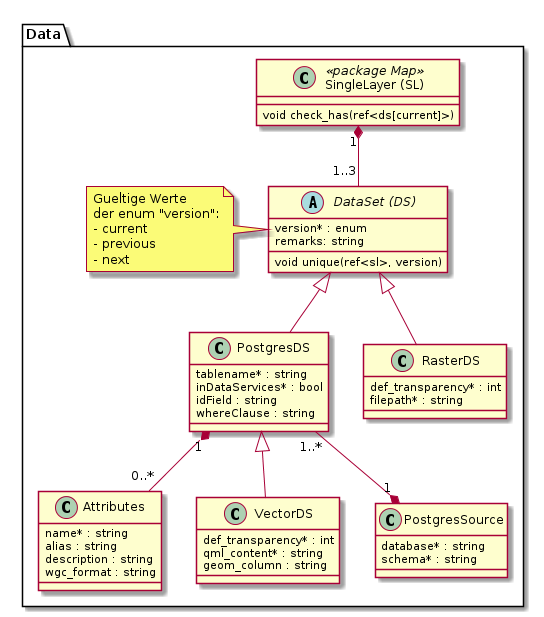
simi-so/mm keeps this PlantUML diagram as puml_output/simi_data.png. Above is the earlier version.
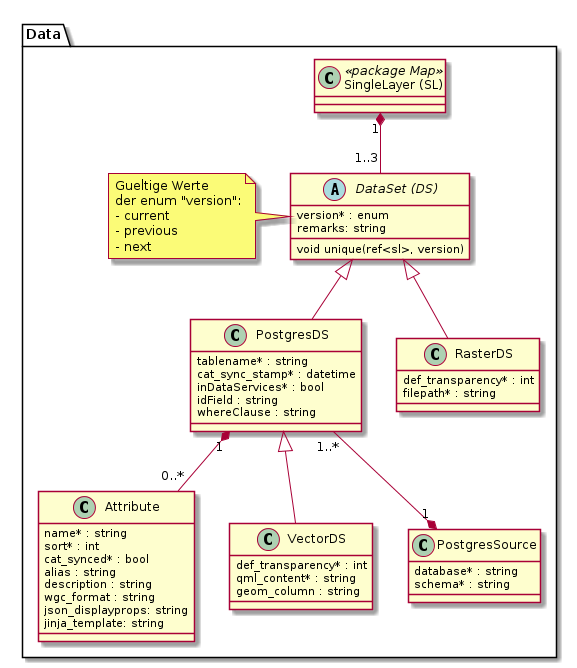
After the change.

Diff of the diagram source:
```diff
@@ -3,7 +3,6 @@
 package Data {
 
   class "SingleLayer (SL)" as sl << package Map >> {
-    void check_has(ref<ds[current]>)
   }
 
   abstract class "DataSet (DS)" as ds {
@@ -22,16 +21,21 @@
 
   class "PostgresDS" as pds {
     tablename* : string
+    cat_sync_stamp* : datetime
     inDataServices* : bool
     idField : string
     whereClause : string
   }
 
-  class "Attributes" as attr {
+  class "Attribute" as attr {
     name* : string
+    sort* : int
+    cat_synced* : bool
     alias : string
     description : string
     wgc_format : string
+    json_displayprops: string
+    jinja_template: string
   }
 
   class "VectorDS" as vds {
```
